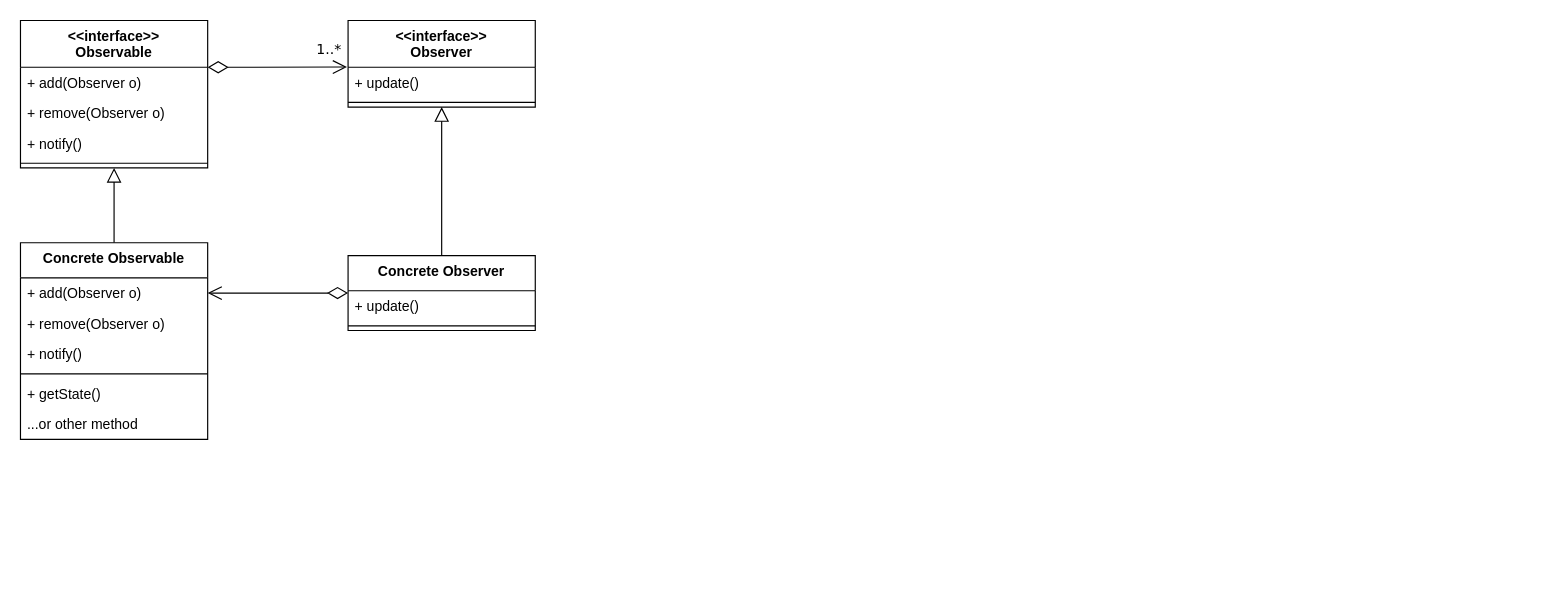
Before: UML/Observable.drawio in memorykghs/Design-Pattern, a draw.io diagram. Source tidied: cells renumbered, new cells numbered last; positions are measured from the earlier drawing's top-left corner, leaving out a move shared by most shapes. Both pictures are drawn from the tidied source at 117%, with x=0, y=0 at pixel (20, 20).
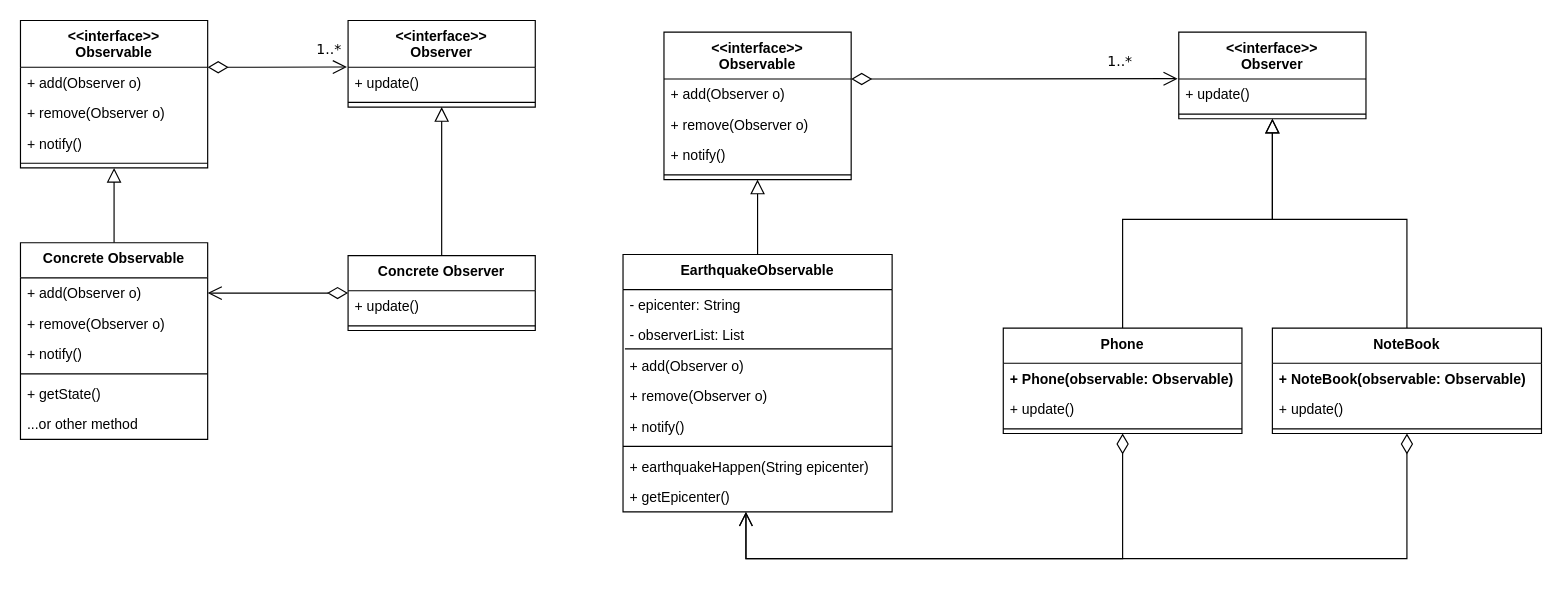
After the change.

Change to the diagram source:
```diff
@@
+    <mxCell id="25" style="edgeStyle=orthogonalEdgeStyle;rounded=0;jettySize=auto;html=1;entryX=-0.006;entryY=-0.009;entryDx=0;entryDy=0;endArrow=open;endFill=0;endSize=10;startArrow=diamondThin;startFill=0;startSize=15;entryPerimeter=0;" parent="1" edge="1" source="26" target="32">
+      <mxGeometry relative="1" as="geometry">
+        <Array as="points">
+          <mxPoint x="740" y="50" />
+          <mxPoint x="740" y="50" />
+        </Array>
+      </mxGeometry>
+    </mxCell>
+    <mxCell id="26" value="&lt;&lt;interface&gt;&gt;&#10;Observable" style="swimlane;fontStyle=1;align=center;verticalAlign=top;horizontal=1;startSize=40;" parent="1" vertex="1">
+      <mxGeometry x="550" y="10" width="160" height="126" as="geometry" />
+    </mxCell>
+    <mxCell id="27" value="+ add(Observer o)" style="text;strokeColor=none;fillColor=none;align=left;verticalAlign=top;spacingLeft=4;spacingRight=4;overflow=hidden;" parent="26" vertex="1">
+      <mxGeometry y="40" width="160" height="26" as="geometry" />
+    </mxCell>
+    <mxCell id="28" value="+ remove(Observer o)" style="text;strokeColor=none;fillColor=none;align=left;verticalAlign=top;spacingLeft=4;spacingRight=4;overflow=hidden;" parent="26" vertex="1">
+      <mxGeometry y="66" width="160" height="26" as="geometry" />
+    </mxCell>
+    <mxCell id="29" value="+ notify()" style="text;strokeColor=none;fillColor=none;align=left;verticalAlign=top;spacingLeft=4;spacingRight=4;overflow=hidden;" parent="26" vertex="1">
+      <mxGeometry y="92" width="160" height="26" as="geometry" />
+    </mxCell>
+    <mxCell id="30" style="line;strokeWidth=1;fillColor=none;align=left;verticalAlign=middle;spacingTop=-1;spacingLeft=3;spacingRight=3;labelPosition=right;" parent="26" vertex="1">
+      <mxGeometry y="118" width="160" height="8" as="geometry" />
+    </mxCell>
+    <mxCell id="31" value="&lt;&lt;interface&gt;&gt;&#10;Observer" style="swimlane;fontStyle=1;align=center;verticalAlign=top;horizontal=1;startSize=40;" parent="1" vertex="1">
+      <mxGeometry x="990" y="10" width="160" height="74" as="geometry" />
+    </mxCell>
+    <mxCell id="32" value="+ update()" style="text;strokeColor=none;fillColor=none;align=left;verticalAlign=top;spacingLeft=4;spacingRight=4;overflow=hidden;points=[[0,0.5],[1,0.5]];portConstraint=eastwest;" parent="31" vertex="1">
+      <mxGeometry y="40" width="160" height="26" as="geometry" />
+    </mxCell>
+    <mxCell id="33" style="line;strokeWidth=1;fillColor=none;align=left;verticalAlign=middle;spacingTop=-1;spacingLeft=3;spacingRight=3;labelPosition=right;" parent="31" vertex="1">
+      <mxGeometry y="66" width="160" height="8" as="geometry" />
+    </mxCell>
+    <mxCell id="34" style="edgeStyle=orthogonalEdgeStyle;rounded=0;jettySize=auto;html=1;entryX=0.5;entryY=1;entryDx=0;entryDy=0;endArrow=block;endFill=0;endSize=10;" parent="1" edge="1" source="35" target="26">
+      <mxGeometry relative="1" as="geometry" />
+    </mxCell>
+    <mxCell id="35" value="EarthquakeObservable" style="swimlane;fontStyle=1;align=center;verticalAlign=top;horizontal=1;startSize=30;" parent="1" vertex="1">
+      <mxGeometry x="515" y="200" width="230" height="220" as="geometry" />
+    </mxCell>
+    <mxCell id="36" value="- epicenter: String" style="text;strokeColor=none;fillColor=none;align=left;verticalAlign=top;spacingLeft=4;spacingRight=4;overflow=hidden;" parent="35" vertex="1">
+      <mxGeometry y="30" width="230" height="26" as="geometry" />
+    </mxCell>
+    <mxCell id="37" value="- observerList: List" style="text;strokeColor=none;fillColor=none;align=left;verticalAlign=top;spacingLeft=4;spacingRight=4;overflow=hidden;" parent="35" vertex="1">
+      <mxGeometry y="56" width="230" height="26" as="geometry" />
+    </mxCell>
+    <mxCell id="38" value="+ add(Observer o)" style="text;strokeColor=none;fillColor=none;align=left;verticalAlign=top;spacingLeft=4;spacingRight=4;overflow=hidden;points=[[0,0.5],[1,0.5]];portConstraint=eastwest;" parent="35" vertex="1">
+      <mxGeometry y="82" width="230" height="26" as="geometry" />
+    </mxCell>
+    <mxCell id="39" value="+ remove(Observer o)" style="text;strokeColor=none;fillColor=none;align=left;verticalAlign=top;spacingLeft=4;spacingRight=4;overflow=hidden;" parent="35" vertex="1">
+      <mxGeometry y="108" width="230" height="26" as="geometry" />
+    </mxCell>
+    <mxCell id="40" value="+ notify()" style="text;strokeColor=none;fillColor=none;align=left;verticalAlign=top;spacingLeft=4;spacingRight=4;overflow=hidden;" parent="35" vertex="1">
+      <mxGeometry y="134" width="230" height="26" as="geometry" />
+    </mxCell>
+    <mxCell id="41" style="line;strokeWidth=1;fillColor=none;align=left;verticalAlign=middle;spacingTop=-1;spacingLeft=3;spacingRight=3;labelPosition=right;" parent="35" vertex="1">
+      <mxGeometry y="160" width="230" height="8" as="geometry" />
+    </mxCell>
+    <mxCell id="42" value="+ earthquakeHappen(String epicenter)" style="text;strokeColor=none;fillColor=none;align=left;verticalAlign=top;spacingLeft=4;spacingRight=4;overflow=hidden;" parent="35" vertex="1">
+      <mxGeometry y="168" width="230" height="26" as="geometry" />
+    </mxCell>
+    <mxCell id="43" value="+ getEpicenter()" style="text;strokeColor=none;fillColor=none;align=left;verticalAlign=top;spacingLeft=4;spacingRight=4;overflow=hidden;points=[[0,0.5],[1,0.5]];portConstraint=eastwest;" parent="35" vertex="1">
+      <mxGeometry y="194" width="230" height="26" as="geometry" />
+    </mxCell>
+    <mxCell id="44" style="endArrow=none;html=1;rounded=0;entryX=0.999;entryY=-0.051;entryDx=0;entryDy=0;entryPerimeter=0;exitX=0.007;exitY=-0.051;exitDx=0;exitDy=0;exitPerimeter=0;" parent="35" edge="1" source="38" target="38">
+      <mxGeometry relative="1" as="geometry" />
+    </mxCell>
+    <mxCell id="45" style="edgeStyle=orthogonalEdgeStyle;rounded=0;jettySize=auto;html=1;entryX=0.5;entryY=1;entryDx=0;entryDy=0;endArrow=block;endFill=0;endSize=10;exitX=0.5;exitY=0;exitDx=0;exitDy=0;" parent="1" edge="1" source="47" target="31">
+      <mxGeometry relative="1" as="geometry">
+        <Array as="points">
+          <mxPoint x="942" y="170" />
+          <mxPoint x="1070" y="170" />
+        </Array>
+      </mxGeometry>
+    </mxCell>
+    <mxCell id="46" style="edgeStyle=orthogonalEdgeStyle;rounded=0;jettySize=auto;html=1;fontFamily=Verdana;startArrow=diamondThin;startFill=0;endArrow=open;endFill=0;startSize=15;endSize=10;exitX=0.5;exitY=1;exitDx=0;exitDy=0;entryX=0.457;entryY=1;entryDx=0;entryDy=0;entryPerimeter=0;" parent="1" edge="1" source="47" target="43">
+      <mxGeometry relative="1" as="geometry">
+        <Array as="points">
+          <mxPoint x="942" y="460" />
+          <mxPoint x="620" y="460" />
+        </Array>
+      </mxGeometry>
+    </mxCell>
+    <mxCell id="47" value="Phone" style="swimlane;fontStyle=1;align=center;verticalAlign=top;horizontal=1;startSize=30;" parent="1" vertex="1">
+      <mxGeometry x="840" y="263" width="204" height="90" as="geometry" />
+    </mxCell>
+    <mxCell id="48" value="+ Phone(observable: Observable)" style="text;strokeColor=none;fillColor=none;align=left;verticalAlign=top;spacingLeft=4;spacingRight=4;overflow=hidden;fontStyle=1;" parent="47" vertex="1">
+      <mxGeometry y="30" width="204" height="26" as="geometry" />
+    </mxCell>
+    <mxCell id="49" value="+ update()" style="text;strokeColor=none;fillColor=none;align=left;verticalAlign=top;spacingLeft=4;spacingRight=4;overflow=hidden;" parent="47" vertex="1">
+      <mxGeometry y="56" width="204" height="26" as="geometry" />
+    </mxCell>
+    <mxCell id="50" style="line;strokeWidth=1;fillColor=none;align=left;verticalAlign=middle;spacingTop=-1;spacingLeft=3;spacingRight=3;labelPosition=right;" parent="47" vertex="1">
+      <mxGeometry y="82" width="204" height="8" as="geometry" />
+    </mxCell>
+    <mxCell id="51" value="1..*" style="text;html=1;strokeColor=none;fillColor=none;align=center;verticalAlign=middle;whiteSpace=wrap;rounded=0;fontFamily=Verdana;" parent="1" vertex="1">
+      <mxGeometry x="910" y="20" width="60" height="30" as="geometry" />
+    </mxCell>
+    <mxCell id="52" style="edgeStyle=orthogonalEdgeStyle;rounded=0;jettySize=auto;html=1;entryX=0.5;entryY=1;entryDx=0;entryDy=0;endArrow=block;endFill=0;endSize=10;exitX=0.5;exitY=0;exitDx=0;exitDy=0;" parent="1" edge="1" source="54" target="31">
+      <mxGeometry relative="1" as="geometry">
+        <Array as="points">
+          <mxPoint x="1185" y="170" />
+          <mxPoint x="1070" y="170" />
+        </Array>
+      </mxGeometry>
+    </mxCell>
+    <mxCell id="53" style="edgeStyle=orthogonalEdgeStyle;rounded=0;jettySize=auto;html=1;endArrow=open;endFill=0;endSize=10;startArrow=diamondThin;startFill=0;startSize=15;" parent="1" edge="1" source="54">
+      <mxGeometry relative="1" as="geometry">
+        <mxPoint x="620" y="420" as="targetPoint" />
+        <Array as="points">
+          <mxPoint x="1185" y="460" />
+          <mxPoint x="620" y="460" />
+        </Array>
+      </mxGeometry>
+    </mxCell>
+    <mxCell id="54" value="NoteBook" style="swimlane;fontStyle=1;align=center;verticalAlign=top;horizontal=1;startSize=30;" parent="1" vertex="1">
+      <mxGeometry x="1070" y="263" width="230" height="90" as="geometry" />
+    </mxCell>
+    <mxCell id="55" value="+ NoteBook(observable: Observable)" style="text;strokeColor=none;fillColor=none;align=left;verticalAlign=top;spacingLeft=4;spacingRight=4;overflow=hidden;fontStyle=1;" parent="54" vertex="1">
+      <mxGeometry y="30" width="230" height="26" as="geometry" />
+    </mxCell>
+    <mxCell id="56" value="+ update()" style="text;strokeColor=none;fillColor=none;align=left;verticalAlign=top;spacingLeft=4;spacingRight=4;overflow=hidden;" parent="54" vertex="1">
+      <mxGeometry y="56" width="230" height="26" as="geometry" />
+    </mxCell>
+    <mxCell id="57" style="line;strokeWidth=1;fillColor=none;align=left;verticalAlign=middle;spacingTop=-1;spacingLeft=3;spacingRight=3;labelPosition=right;" parent="54" vertex="1">
+      <mxGeometry y="82" width="230" height="8" as="geometry" />
+    </mxCell>
```
